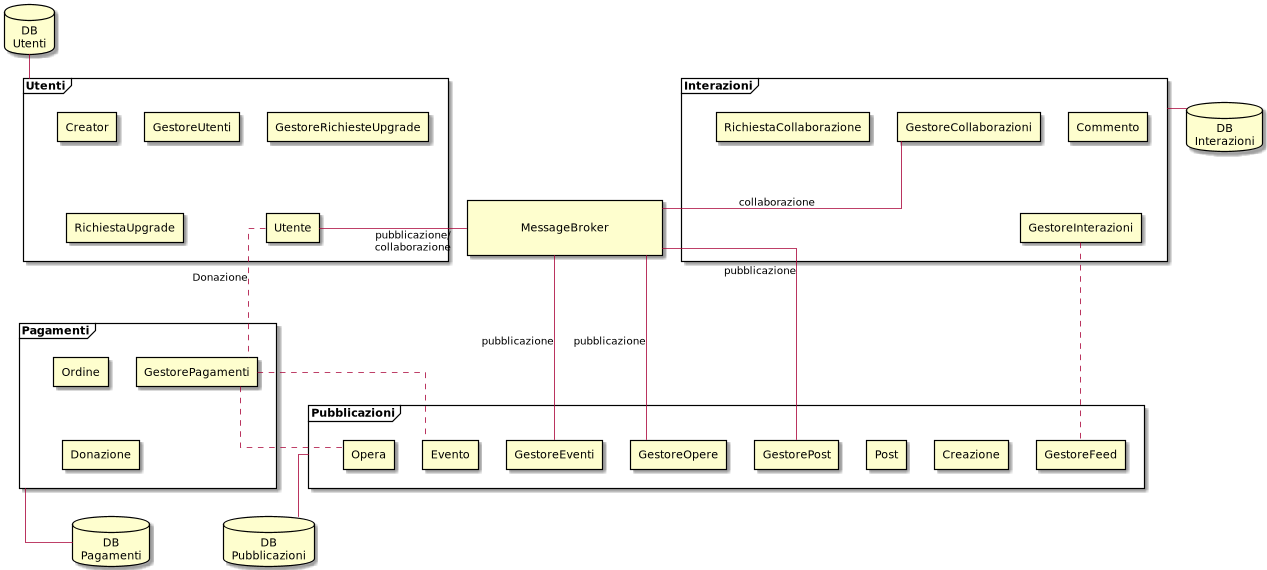
The PlantUML diagram design-pattern/design-pattern.png in creative-hub-taass/analisi, before a commit.
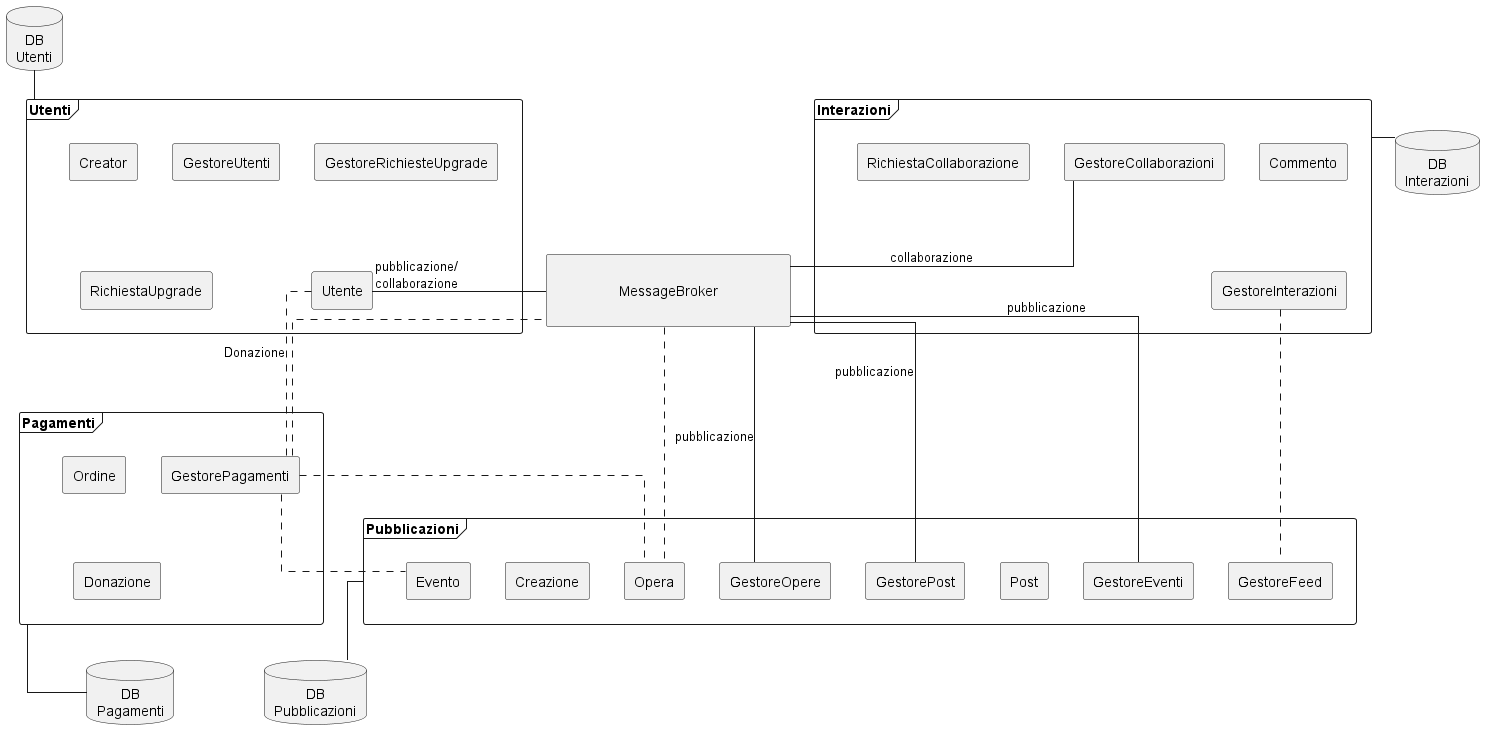
After the change.

What changed in the source:
```diff
@@ -68,6 +68,8 @@
 [GestorePagamenti] .up. [Utente] : Donazione
 [GestorePagamenti] .down. [Opera]
 [GestorePagamenti] .down. [Evento]
+[GestorePagamenti] .right. [mb1]
+[mb1] .down. [Opera]
 [GestoreFeed] .up. [GestoreInterazioni]
 [GestoreCollaborazioni] -down- mb1 : collaborazione
 
```
